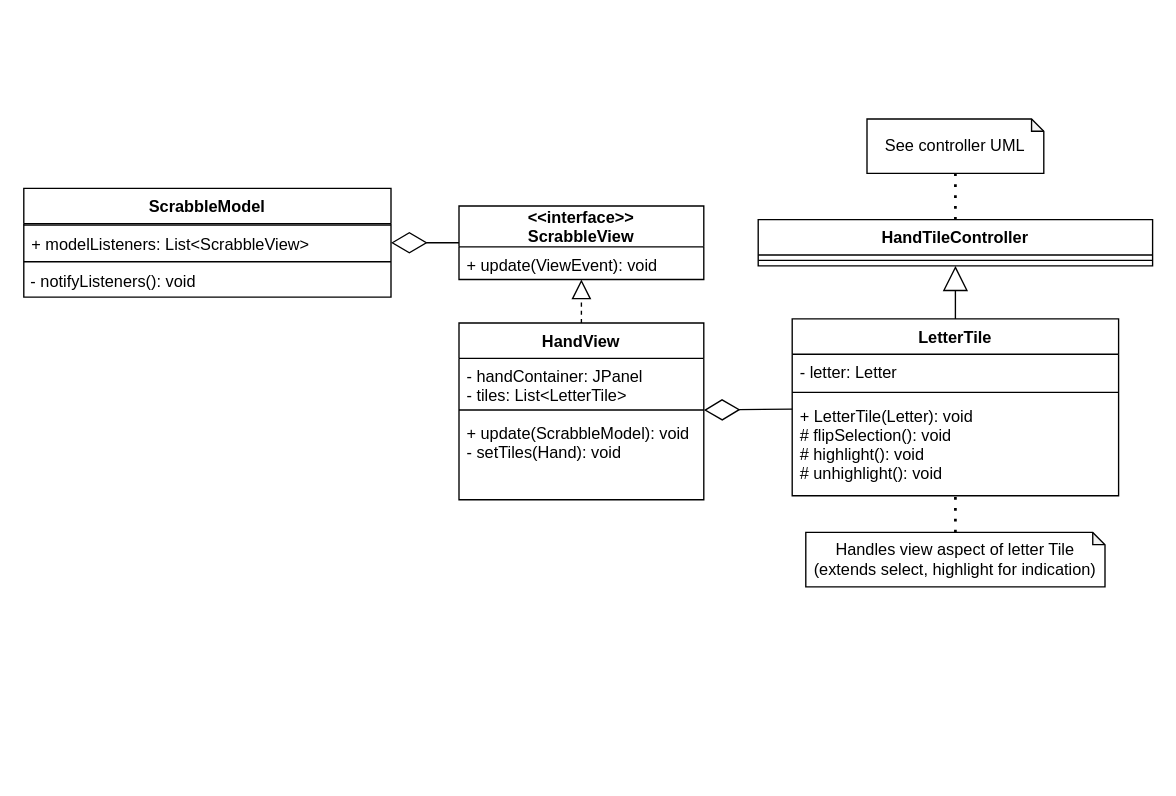
Above: page "HandView" (1 of 2) of UML/M2/HandGUI.drawio in trk20/Scuffle (draw.io), before the change. Source tidied: cells renumbered, new cells numbered last; positions are measured from the earlier drawing's top-left corner, leaving out a move shared by most shapes. Both pictures are drawn from the tidied source at 136%, with x=0, y=0 at pixel (23, 118).
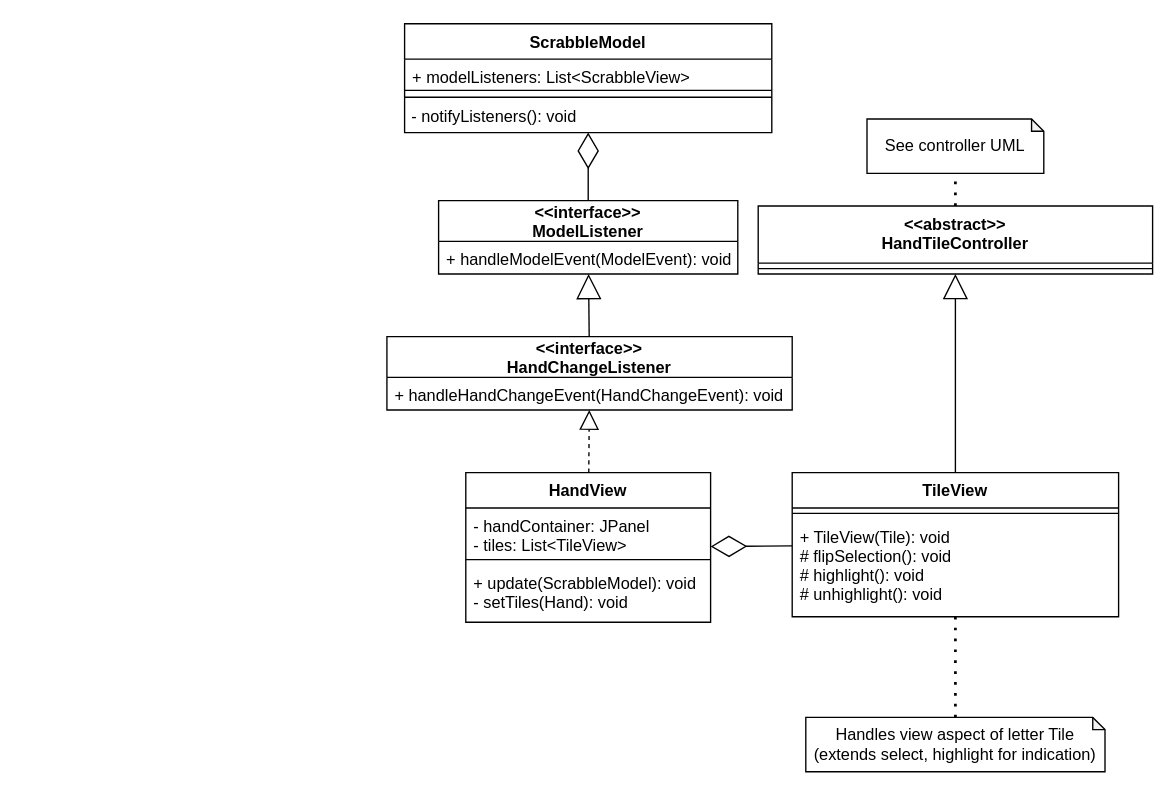
Above is the later version.

Diff of the diagram source:
```diff
@@
     <mxCell id="2" value="HandView" style="swimlane;fontStyle=1;align=center;verticalAlign=top;horizontal=1;startSize=26;" parent="1" vertex="1">
-      <mxGeometry x="320" y="150" width="180" height="130" as="geometry" />
+      <mxGeometry x="325" y="260" width="180" height="110" as="geometry" />
     </mxCell>
-    <mxCell id="3" value="- handContainer: JPanel&#10;- tiles: List&lt;LetterTile&gt;" style="text;strokeColor=none;fillColor=none;align=left;verticalAlign=top;spacingLeft=4;spacingRight=4;overflow=hidden;" parent="2" vertex="1">
+    <mxCell id="3" value="- handContainer: JPanel&#10;- tiles: List&lt;TileView&gt;" style="text;strokeColor=none;fillColor=none;align=left;verticalAlign=top;spacingLeft=4;spacingRight=4;overflow=hidden;" parent="2" vertex="1">
       <mxGeometry y="26" width="180" height="34" as="geometry" />
     </mxCell>
@@
     <mxCell id="5" value="+ update(ScrabbleModel): void&#10;- setTiles(Hand): void" style="text;strokeColor=none;fillColor=none;align=left;verticalAlign=top;spacingLeft=4;spacingRight=4;overflow=hidden;" parent="2" vertex="1">
-      <mxGeometry y="68" width="180" height="62" as="geometry" />
+      <mxGeometry y="68" width="180" height="42" as="geometry" />
     </mxCell>
-    <mxCell id="6" value="&lt;&lt;interface&gt;&gt;&#10;ScrabbleView" style="swimlane;fontStyle=1;horizontal=1;startSize=30;fillColor=none;" parent="1" vertex="1">
-      <mxGeometry x="320" y="64" width="180" height="54" as="geometry" />
+    <mxCell id="6" value="&lt;&lt;interface&gt;&gt;&#10;ModelListener" style="swimlane;fontStyle=1;horizontal=1;startSize=30;fillColor=none;" parent="1" vertex="1">
+      <mxGeometry x="305" y="60" width="220" height="54" as="geometry" />
     </mxCell>
-    <mxCell id="7" value="+ update(ViewEvent): void&#10;" style="text;strokeColor=none;fillColor=none;align=left;verticalAlign=top;spacingLeft=4;spacingRight=4;overflow=hidden;fontStyle=0;" parent="6" vertex="1">
-      <mxGeometry y="30" width="180" height="24" as="geometry" />
+    <mxCell id="7" value="+ handleModelEvent(ModelEvent): void" style="text;strokeColor=none;fillColor=none;align=left;verticalAlign=top;spacingLeft=4;spacingRight=4;overflow=hidden;fontStyle=0;" parent="6" vertex="1">
+      <mxGeometry y="30" width="220" height="24" as="geometry" />
     </mxCell>
     <mxCell id="8" value="ScrabbleModel" style="swimlane;fontStyle=1;align=center;verticalAlign=top;horizontal=1;startSize=26;" parent="1" vertex="1">
-      <mxGeometry y="51" width="270" height="80" as="geometry" />
+      <mxGeometry x="280" y="-70" width="270" height="80" as="geometry" />
     </mxCell>
+    <mxCell id="10" value="+ modelListeners: List&lt;ScrabbleView&gt;" style="text;strokeColor=none;fillColor=none;align=left;verticalAlign=top;spacingLeft=4;spacingRight=4;overflow=hidden;" parent="8" vertex="1">
+      <mxGeometry y="26" width="270" height="22" as="geometry" />
+    </mxCell>
     <mxCell id="9" style="line;strokeWidth=1;fillColor=none;align=left;verticalAlign=middle;spacingTop=-1;spacingLeft=3;spacingRight=3;labelPosition=right;" parent="8" vertex="1">
-      <mxGeometry y="26" width="270" height="2" as="geometry" />
+      <mxGeometry y="48" width="270" height="2" as="geometry" />
     </mxCell>
-    <mxCell id="10" value="+ modelListeners: List&lt;ScrabbleView&gt;" style="text;strokeColor=none;fillColor=none;align=left;verticalAlign=top;spacingLeft=4;spacingRight=4;overflow=hidden;" parent="8" vertex="1">
-      <mxGeometry y="28" width="270" height="22" as="geometry" />
-    </mxCell>
@@
-    <mxCell id="14" value="LetterTile" style="swimlane;fontStyle=1;align=center;verticalAlign=top;horizontal=1;startSize=26;" parent="1" vertex="1">
-      <mxGeometry x="565" y="147" width="240" height="130" as="geometry" />
+    <mxCell id="14" value="TileView" style="swimlane;fontStyle=1;align=center;verticalAlign=top;horizontal=1;startSize=26;" parent="1" vertex="1">
+      <mxGeometry x="565" y="260" width="240" height="106" as="geometry" />
     </mxCell>
-    <mxCell id="15" value="- letter: Letter" style="text;strokeColor=none;fillColor=none;align=left;verticalAlign=top;spacingLeft=4;spacingRight=4;overflow=hidden;" parent="14" vertex="1">
-      <mxGeometry y="26" width="240" height="24" as="geometry" />
-    </mxCell>
     <mxCell id="16" style="line;strokeWidth=1;fillColor=none;align=left;verticalAlign=middle;spacingTop=-1;spacingLeft=3;spacingRight=3;labelPosition=right;" parent="14" vertex="1">
-      <mxGeometry y="50" width="240" height="8" as="geometry" />
+      <mxGeometry y="26" width="240" height="8" as="geometry" />
     </mxCell>
-    <mxCell id="17" value="+ LetterTile(Letter): void&#10;# flipSelection(): void&#10;# highlight(): void&#10;# unhighlight(): void" style="text;strokeColor=none;fillColor=none;align=left;verticalAlign=top;spacingLeft=4;spacingRight=4;overflow=hidden;spacingBottom=-1;" parent="14" vertex="1">
-      <mxGeometry y="58" width="240" height="72" as="geometry" />
+    <mxCell id="17" value="+ TileView(Tile): void&#10;# flipSelection(): void&#10;# highlight(): void&#10;# unhighlight(): void" style="text;strokeColor=none;fillColor=none;align=left;verticalAlign=top;spacingLeft=4;spacingRight=4;overflow=hidden;spacingBottom=-1;" parent="14" vertex="1">
+      <mxGeometry y="34" width="240" height="72" as="geometry" />
     </mxCell>
@@
-    <mxCell id="20" style="endArrow=block;dashed=1;endFill=0;endSize=12;html=1;rounded=0;" parent="1" edge="1" source="2" target="6">
+    <mxCell id="20" style="endArrow=block;dashed=1;endFill=0;endSize=12;html=1;rounded=0;" parent="1" edge="1" source="2" target="27">
       <mxGeometry relative="1" as="geometry" />
     </mxCell>
-    <mxCell id="21" value="HandTileController" style="swimlane;fontStyle=1;align=center;verticalAlign=top;horizontal=1;startSize=26;" parent="1" vertex="1">
-      <mxGeometry x="540" y="74" width="290" height="34" as="geometry" />
+    <mxCell id="21" value="&lt;&lt;abstract&gt;&gt;&#10;HandTileController" style="swimlane;fontStyle=1;align=center;verticalAlign=top;horizontal=1;startSize=42;" parent="1" vertex="1">
+      <mxGeometry x="540" y="64" width="290" height="50" as="geometry" />
     </mxCell>
     <mxCell id="22" style="line;strokeWidth=1;fillColor=none;align=left;verticalAlign=middle;spacingTop=-1;spacingLeft=3;spacingRight=3;labelPosition=right;" parent="21" vertex="1">
-      <mxGeometry y="26" width="290" height="8" as="geometry" />
+      <mxGeometry y="42" width="290" height="8" as="geometry" />
     </mxCell>
@@
     <mxCell id="25" value="Handles view aspect of letter Tile (extends select, highlight for indication)" style="shape=note;whiteSpace=wrap;html=1;backgroundOutline=1;darkOpacity=0.05;size=9;" parent="1" vertex="1">
-      <mxGeometry x="575" y="304" width="220" height="40" as="geometry" />
+      <mxGeometry x="575" y="440" width="220" height="40" as="geometry" />
     </mxCell>
@@
+    <mxCell id="27" value="&lt;&lt;interface&gt;&gt;&#10;HandChangeListener" style="swimlane;fontStyle=1;horizontal=1;startSize=30;fillColor=none;" parent="1" vertex="1">
+      <mxGeometry x="267" y="160" width="298" height="54" as="geometry" />
+    </mxCell>
+    <mxCell id="28" value="+ handleHandChangeEvent(HandChangeEvent): void" style="text;strokeColor=none;fillColor=none;align=left;verticalAlign=top;spacingLeft=4;spacingRight=4;overflow=hidden;fontStyle=0;" parent="27" vertex="1">
+      <mxGeometry y="30" width="298" height="24" as="geometry" />
+    </mxCell>
+    <mxCell id="29" style="endArrow=block;endSize=16;endFill=0;html=1;rounded=0;" parent="1" edge="1" source="27" target="6">
+      <mxGeometry relative="1" as="geometry" />
+    </mxCell>
```
